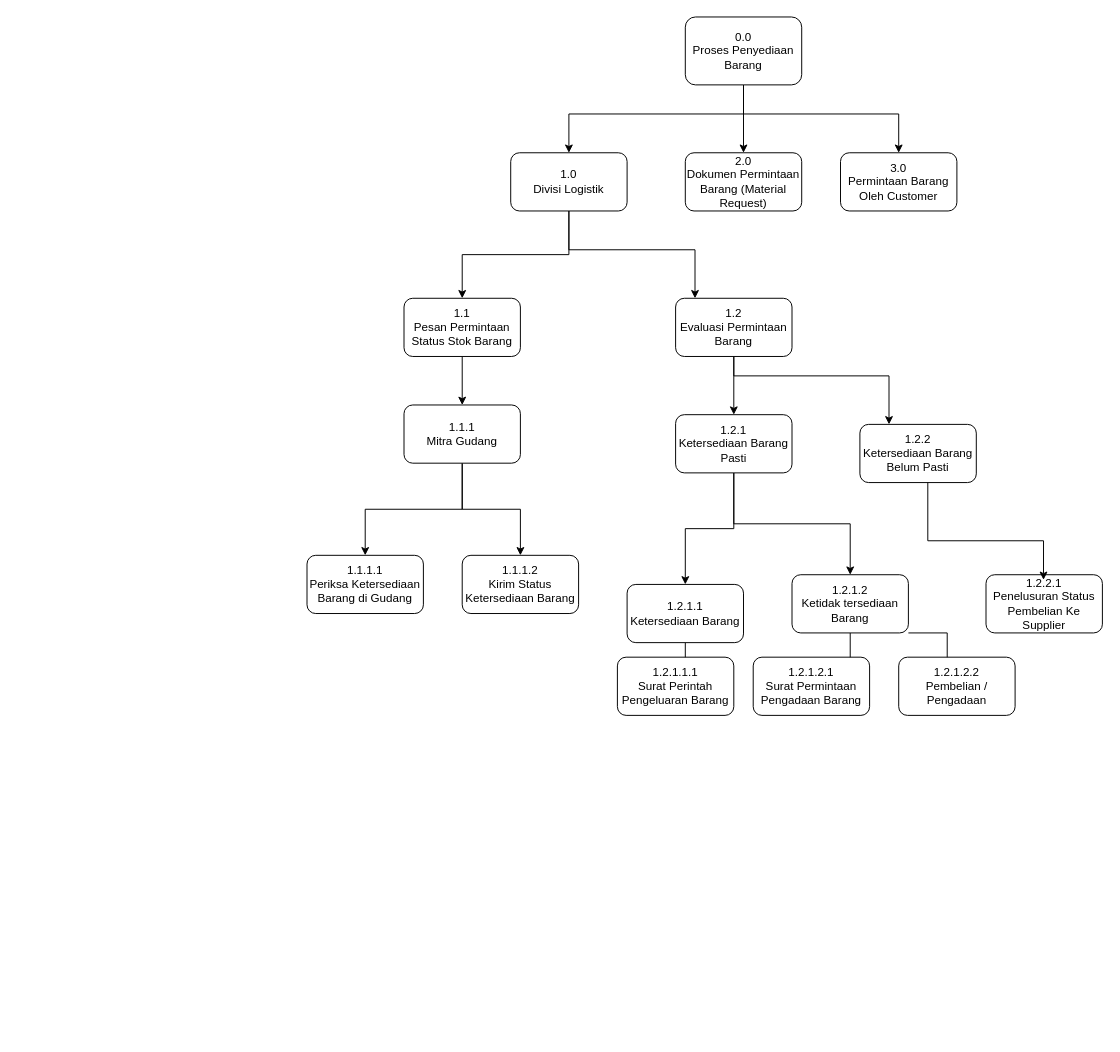
Above: UAS.drawio in Arya-f4/drawdiagram (draw.io), before the change. Source tidied: cells renumbered, new cells numbered last; positions are measured from the earlier drawing's top-left corner, leaving out a move shared by most shapes. Both pictures are drawn from the tidied source at 97%, with x=0, y=0 at pixel (307, 16).
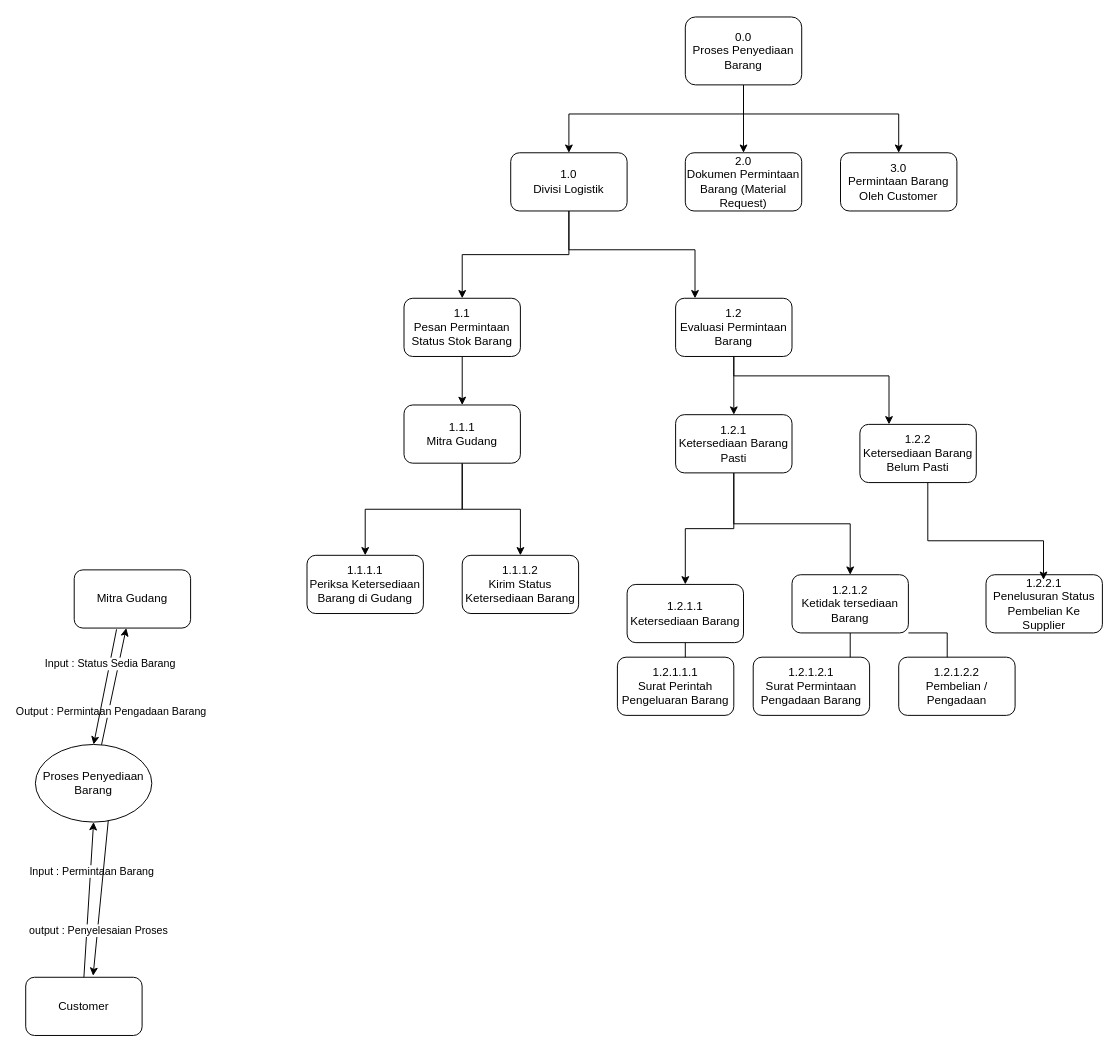
The same page after the edit.

What changed in the source:
```diff
@@
+    <mxCell id="35" value="Customer" style="rounded=1;whiteSpace=wrap;html=1;" parent="1" vertex="1">
+      <mxGeometry x="-290" y="990" width="120" height="60" as="geometry" />
+    </mxCell>
+    <mxCell id="36" value="Proses Penyediaan Barang" style="ellipse;whiteSpace=wrap;html=1;" parent="1" vertex="1">
+      <mxGeometry x="-280" y="750" width="120" height="80" as="geometry" />
+    </mxCell>
+    <mxCell id="37" style="endArrow=classic;html=1;rounded=0;entryX=0.5;entryY=1;entryDx=0;entryDy=0;exitX=0.5;exitY=0;exitDx=0;exitDy=0;" parent="1" edge="1" source="35" target="36">
+      <mxGeometry relative="1" as="geometry" />
+    </mxCell>
+    <mxCell id="38" value="Input : Permintaan Barang" style="edgeLabel;html=1;align=center;verticalAlign=middle;" parent="37" vertex="1">
+      <mxGeometry x="0.37" y="-1" relative="1" as="geometry" />
+    </mxCell>
+    <mxCell id="39" style="endArrow=classic;html=1;rounded=0;entryX=0.579;entryY=-0.026;entryDx=0;entryDy=0;entryPerimeter=0;exitX=0.626;exitY=0.98;exitDx=0;exitDy=0;exitPerimeter=0;" parent="1" edge="1" source="36" target="35">
+      <mxGeometry relative="1" as="geometry" />
+    </mxCell>
+    <mxCell id="40" value="output : Penyelesaian Proses" style="edgeLabel;html=1;align=center;verticalAlign=middle;" parent="39" vertex="1">
+      <mxGeometry x="0.42" relative="1" as="geometry" />
+    </mxCell>
+    <mxCell id="41" value="Mitra Gudang" style="rounded=1;whiteSpace=wrap;html=1;" parent="1" vertex="1">
+      <mxGeometry x="-240" y="570" width="120" height="60" as="geometry" />
+    </mxCell>
+    <mxCell id="42" style="endArrow=classic;html=1;rounded=0;" parent="1" edge="1" source="36" target="41">
+      <mxGeometry relative="1" as="geometry" />
+    </mxCell>
+    <mxCell id="43" value="Output : Permintaan Pengadaan Barang" style="edgeLabel;html=1;align=center;verticalAlign=middle;" parent="42" vertex="1">
+      <mxGeometry x="-0.42" y="-2" relative="1" as="geometry" />
+    </mxCell>
+    <mxCell id="44" style="endArrow=classic;html=1;rounded=0;entryX=0.5;entryY=0;entryDx=0;entryDy=0;exitX=0.364;exitY=1.021;exitDx=0;exitDy=0;exitPerimeter=0;" parent="1" edge="1" source="41" target="36">
+      <mxGeometry relative="1" as="geometry" />
+    </mxCell>
+    <mxCell id="45" value="Input : Status Sedia Barang" style="edgeLabel;html=1;align=center;verticalAlign=middle;" parent="44" vertex="1">
+      <mxGeometry x="-0.4" relative="1" as="geometry" />
+    </mxCell>
```
